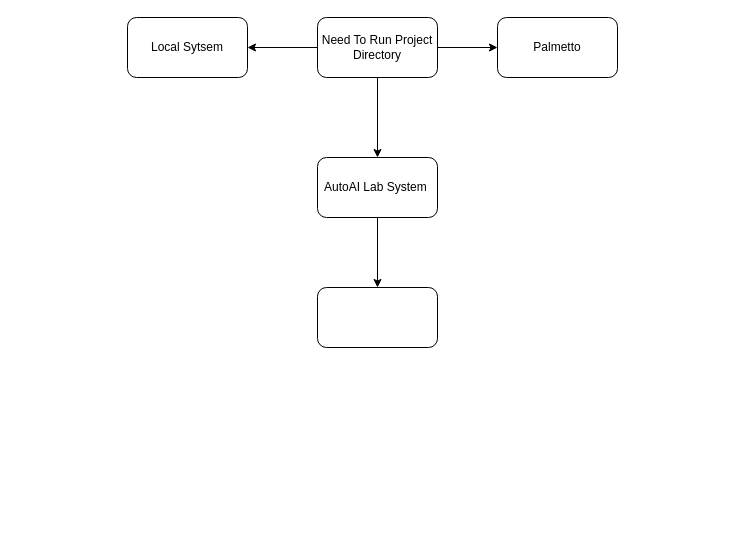
Before: Untitled Diagram.drawio in Vishal1711/My_Drawings, a draw.io diagram. Source tidied: cells renumbered, new cells numbered last; positions are measured from the earlier drawing's top-left corner, leaving out a move shared by most shapes. Both pictures are drawn from the tidied source at 100%, with x=0, y=0 at pixel (127, 17).
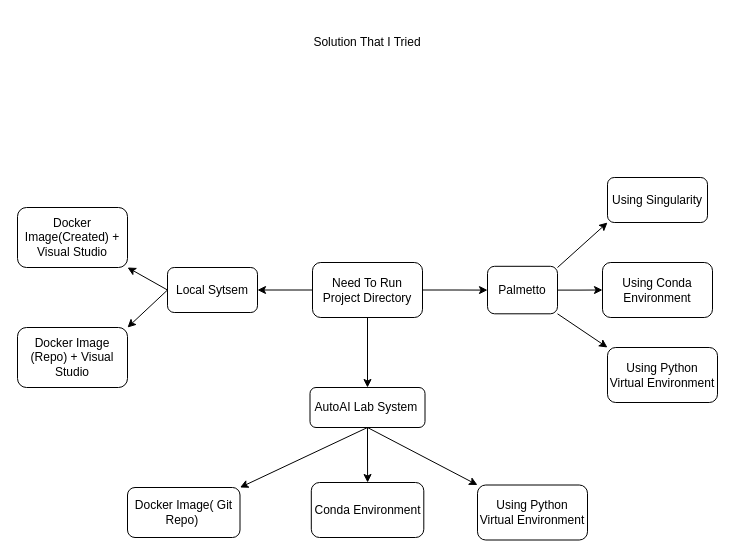
After the change.

The edit, as a diff of the source:
```diff
@@
     <mxCell id="5" value="Need To Run Project Directory" style="rounded=1;whiteSpace=wrap;html=1;" parent="1" vertex="1">
-      <mxGeometry x="190" width="120" height="60" as="geometry" />
+      <mxGeometry x="185" y="245" width="110" height="55" as="geometry" />
     </mxCell>
-    <mxCell id="6" style="edgeStyle=orthogonalEdgeStyle;rounded=0;jettySize=auto;html=1;" parent="1" edge="1" source="7" target="10">
-      <mxGeometry relative="1" as="geometry" />
-    </mxCell>
+    <mxCell id="11" style="edgeStyle=orthogonalEdgeStyle;rounded=0;jettySize=auto;html=1;" parent="1" edge="1" source="7" target="19">
+      <mxGeometry relative="1" as="geometry" />
+    </mxCell>
     <mxCell id="7" value="AutoAI Lab System&amp;nbsp;" style="whiteSpace=wrap;html=1;rounded=1;" parent="1" vertex="1">
-      <mxGeometry x="190" y="140" width="120" height="60" as="geometry" />
+      <mxGeometry x="182.5" y="370" width="115" height="40" as="geometry" />
     </mxCell>
     <mxCell id="8" value="Local Sytsem" style="rounded=1;whiteSpace=wrap;html=1;" parent="1" vertex="1">
-      <mxGeometry width="120" height="60" as="geometry" />
+      <mxGeometry x="40" y="250" width="90" height="45" as="geometry" />
     </mxCell>
+    <mxCell id="12" style="edgeStyle=orthogonalEdgeStyle;rounded=0;jettySize=auto;html=1;" parent="1" edge="1" source="9" target="22">
+      <mxGeometry relative="1" as="geometry" />
+    </mxCell>
     <mxCell id="9" value="Palmetto" style="rounded=1;whiteSpace=wrap;html=1;" parent="1" vertex="1">
-      <mxGeometry x="370" width="120" height="60" as="geometry" />
+      <mxGeometry x="360" y="248.8" width="70" height="47.5" as="geometry" />
     </mxCell>
-    <mxCell id="10" style="rounded=1;whiteSpace=wrap;html=1;" parent="1" vertex="1">
-      <mxGeometry x="190" y="270" width="120" height="60" as="geometry" />
-    </mxCell>
+    <mxCell id="13" value="Solution That I Tried" style="text;html=1;strokeColor=none;fillColor=none;align=center;verticalAlign=middle;whiteSpace=wrap;rounded=0;" parent="1" vertex="1">
+      <mxGeometry x="170" y="10" width="140" height="30" as="geometry" />
+    </mxCell>
+    <mxCell id="14" value="Docker Image(Created) + Visual Studio" style="rounded=1;whiteSpace=wrap;html=1;" parent="1" vertex="1">
+      <mxGeometry x="-110" y="190" width="110" height="60" as="geometry" />
+    </mxCell>
+    <mxCell id="15" value="Docker Image (Repo) + Visual Studio" style="rounded=1;whiteSpace=wrap;html=1;" parent="1" vertex="1">
+      <mxGeometry x="-110" y="310" width="110" height="60" as="geometry" />
+    </mxCell>
+    <mxCell id="16" style="endArrow=classic;html=1;rounded=0;entryX=1;entryY=1;entryDx=0;entryDy=0;exitX=0;exitY=0.5;exitDx=0;exitDy=0;" parent="1" edge="1" source="8" target="14">
+      <mxGeometry relative="1" as="geometry" />
+    </mxCell>
+    <mxCell id="17" style="endArrow=classic;html=1;rounded=0;exitX=0;exitY=0.5;exitDx=0;exitDy=0;entryX=1;entryY=0;entryDx=0;entryDy=0;" parent="1" edge="1" source="8" target="15">
+      <mxGeometry relative="1" as="geometry" />
+    </mxCell>
+    <mxCell id="18" value="Docker Image( Git Repo)&amp;nbsp;" style="rounded=1;whiteSpace=wrap;html=1;" parent="1" vertex="1">
+      <mxGeometry y="470" width="112.5" height="50" as="geometry" />
+    </mxCell>
+    <mxCell id="19" value="Conda Environment" style="rounded=1;whiteSpace=wrap;html=1;" parent="1" vertex="1">
+      <mxGeometry x="183.8" y="465" width="112.5" height="55" as="geometry" />
+    </mxCell>
+    <mxCell id="20" style="endArrow=classic;html=1;rounded=0;entryX=1;entryY=0;entryDx=0;entryDy=0;exitX=0.5;exitY=1;exitDx=0;exitDy=0;" parent="1" edge="1" source="7" target="18">
+      <mxGeometry relative="1" as="geometry" />
+    </mxCell>
+    <mxCell id="21" value="Using Singularity" style="rounded=1;whiteSpace=wrap;html=1;" parent="1" vertex="1">
+      <mxGeometry x="480" y="160" width="100" height="45" as="geometry" />
+    </mxCell>
+    <mxCell id="22" value="Using Conda Environment" style="rounded=1;whiteSpace=wrap;html=1;" parent="1" vertex="1">
+      <mxGeometry x="475" y="245" width="110" height="55" as="geometry" />
+    </mxCell>
+    <mxCell id="23" value="Using Python Virtual Environment" style="rounded=1;whiteSpace=wrap;html=1;" parent="1" vertex="1">
+      <mxGeometry x="350" y="467.5" width="110" height="55" as="geometry" />
+    </mxCell>
+    <mxCell id="24" style="endArrow=classic;html=1;rounded=0;entryX=0;entryY=0;entryDx=0;entryDy=0;" parent="1" edge="1" target="23">
+      <mxGeometry relative="1" as="geometry">
+        <mxPoint x="240" y="410" as="sourcePoint" />
+      </mxGeometry>
+    </mxCell>
+    <mxCell id="25" value="Using Python Virtual Environment" style="rounded=1;whiteSpace=wrap;html=1;" parent="1" vertex="1">
+      <mxGeometry x="480" y="330" width="110" height="55" as="geometry" />
+    </mxCell>
+    <mxCell id="26" style="endArrow=classic;html=1;rounded=0;entryX=0;entryY=1;entryDx=0;entryDy=0;" parent="1" edge="1" target="21">
+      <mxGeometry relative="1" as="geometry">
+        <mxPoint x="430" y="250" as="sourcePoint" />
+      </mxGeometry>
+    </mxCell>
+    <mxCell id="27" style="endArrow=classic;html=1;rounded=0;entryX=0;entryY=0;entryDx=0;entryDy=0;exitX=1;exitY=1;exitDx=0;exitDy=0;" parent="1" edge="1" source="9" target="25">
+      <mxGeometry relative="1" as="geometry" />
+    </mxCell>
```
